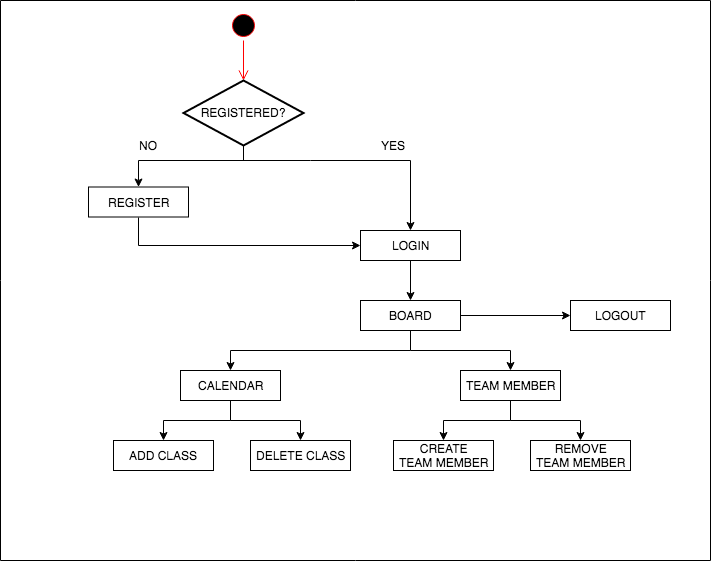
This is staff/aitor-parra/pyrene-ski/pyrene-ski-doc/images/ps-activity-diagram.png from b00tc4mp/skylab-bootcamp-201909, a draw.io export, as it was before one commit. Source tidied: cells renumbered, new cells last; positions are measured from the earlier drawing's top-left corner, leaving out a move shared by most shapes.
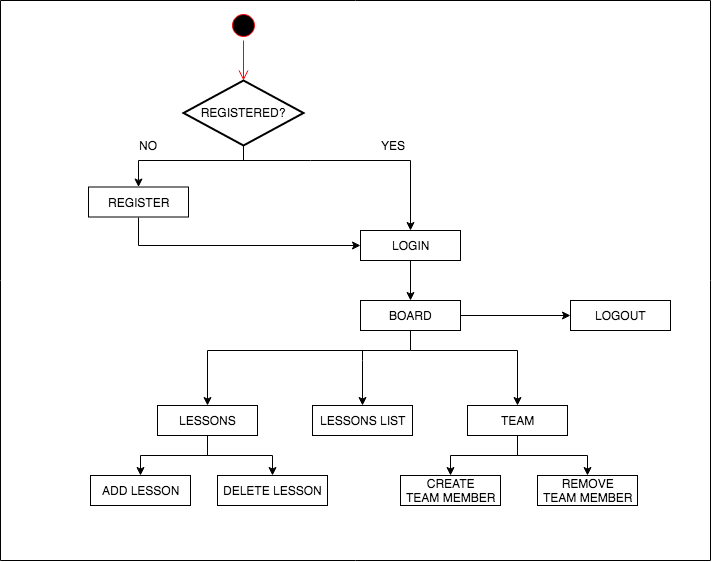
After the commit.

What changed in the source:
```diff
@@ -81,7 +81,12 @@
       </mxGeometry>
     </mxCell>
     <mxCell id="19" style="edgeStyle=orthogonalEdgeStyle;rounded=0;jettySize=auto;html=1;entryX=0.5;entryY=0;entryDx=0;entryDy=0;" parent="1" edge="1" source="21" target="31">
-      <mxGeometry relative="1" as="geometry" />
+      <mxGeometry relative="1" as="geometry">
+        <Array as="points">
+          <mxPoint x="410" y="350" />
+          <mxPoint x="517" y="350" />
+        </Array>
+      </mxGeometry>
     </mxCell>
     <mxCell id="20" style="edgeStyle=orthogonalEdgeStyle;rounded=0;jettySize=auto;html=1;entryX=0;entryY=0.5;entryDx=0;entryDy=0;" parent="1" edge="1" source="21" target="10">
       <mxGeometry relative="1" as="geometry" />
@@ -95,20 +100,20 @@
     <mxCell id="23" style="edgeStyle=orthogonalEdgeStyle;rounded=0;jettySize=auto;html=1;" parent="1" edge="1" source="24" target="25">
       <mxGeometry relative="1" as="geometry" />
     </mxCell>
-    <mxCell id="24" value="CALENDAR" style="html=1;" parent="1" vertex="1">
-      <mxGeometry x="180" y="370" width="100" height="30" as="geometry" />
+    <mxCell id="24" value="LESSONS" style="html=1;" parent="1" vertex="1">
+      <mxGeometry x="157" y="405" width="100" height="30" as="geometry" />
     </mxCell>
-    <mxCell id="25" value="DELETE CLASS" style="html=1;" parent="1" vertex="1">
-      <mxGeometry x="250" y="440" width="100" height="30" as="geometry" />
+    <mxCell id="25" value="DELETE LESSON" style="html=1;" parent="1" vertex="1">
+      <mxGeometry x="217" y="475" width="110" height="30" as="geometry" />
     </mxCell>
-    <mxCell id="26" value="ADD CLASS" style="html=1;" parent="1" vertex="1">
-      <mxGeometry x="113" y="440" width="100" height="30" as="geometry" />
+    <mxCell id="26" value="ADD LESSON" style="html=1;" parent="1" vertex="1">
+      <mxGeometry x="90" y="475" width="100" height="30" as="geometry" />
     </mxCell>
     <mxCell id="27" value="&lt;div&gt;CREATE&lt;br&gt;&lt;/div&gt;&lt;div&gt;TEAM MEMBER&lt;br&gt;&lt;/div&gt;" style="html=1;" parent="1" vertex="1">
-      <mxGeometry x="393" y="440" width="100" height="30" as="geometry" />
+      <mxGeometry x="400" y="475" width="100" height="30" as="geometry" />
     </mxCell>
     <mxCell id="28" value="&lt;div&gt;REMOVE &lt;br&gt;&lt;/div&gt;&lt;div&gt;TEAM MEMBER&lt;br&gt;&lt;/div&gt;" style="html=1;" parent="1" vertex="1">
-      <mxGeometry x="530" y="440" width="100" height="30" as="geometry" />
+      <mxGeometry x="537" y="475" width="100" height="30" as="geometry" />
     </mxCell>
     <mxCell id="29" style="edgeStyle=orthogonalEdgeStyle;rounded=0;jettySize=auto;html=1;entryX=0.5;entryY=0;entryDx=0;entryDy=0;" parent="1" edge="1" source="31" target="27">
       <mxGeometry relative="1" as="geometry" />
@@ -116,8 +121,20 @@
     <mxCell id="30" style="edgeStyle=orthogonalEdgeStyle;rounded=0;jettySize=auto;html=1;entryX=0.5;entryY=0;entryDx=0;entryDy=0;" parent="1" edge="1" source="31" target="28">
       <mxGeometry relative="1" as="geometry" />
     </mxCell>
-    <mxCell id="31" value="TEAM MEMBER" style="html=1;" parent="1" vertex="1">
-      <mxGeometry x="460" y="370" width="100" height="30" as="geometry" />
+    <mxCell id="31" value="TEAM " style="html=1;" parent="1" vertex="1">
+      <mxGeometry x="467" y="405" width="100" height="30" as="geometry" />
     </mxCell>
+    <mxCell id="32" value="LESSONS LIST" style="html=1;" parent="1" vertex="1">
+      <mxGeometry x="312" y="405" width="100" height="30" as="geometry" />
+    </mxCell>
+    <mxCell id="33" style="edgeStyle=orthogonalEdgeStyle;rounded=0;jettySize=auto;html=1;entryX=0.5;entryY=0;entryDx=0;entryDy=0;" parent="1" edge="1" target="32">
+      <mxGeometry relative="1" as="geometry">
+        <mxPoint x="362" y="350" as="sourcePoint" />
+        <Array as="points">
+          <mxPoint x="362" y="360" />
+          <mxPoint x="362" y="360" />
+        </Array>
+      </mxGeometry>
+    </mxCell>
   </root>
 </mxGraphModel>
```
